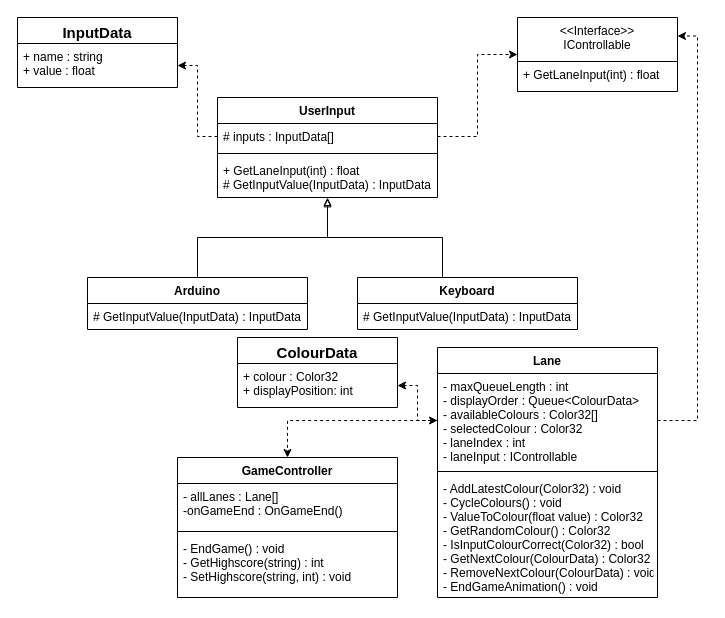
The draw.io diagram uml-diagrams/comp140-controller-class-diagram.drawio in Koltonix/comp140-arduino-controller, before the edit. Source tidied: cells renumbered, new cells numbered last; positions are measured from the earlier drawing's top-left corner, leaving out a move shared by most shapes. Both pictures are drawn from the tidied source at 100%, with x=0, y=0 at pixel (17, 17).
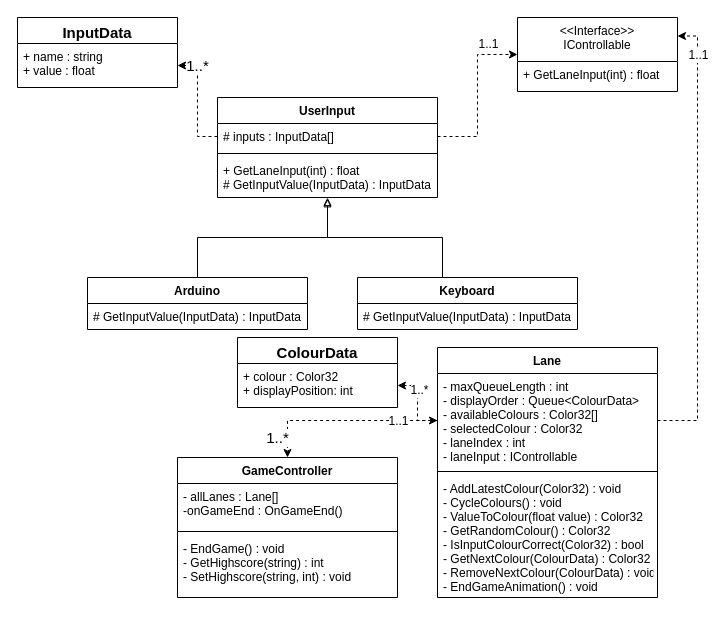
Above is the later version.

Commit message (it also covers changes not shown here):
- Updated the UML Class Diagram to have the correct association values where relevant.

The change refers to these unchanged cells:
```xml
<mxCell id="3" value="# inputs : InputData[]" style="text;strokeColor=none;fillColor=none;align=left;verticalAlign=top;spacingLeft=4;spacingRight=4;overflow=hidden;points=[[0,0.5],[1,0.5]];portConstraint=eastwest;" parent="2" vertex="1">
  <mxGeometry y="26" width="220" height="26" as="geometry" />
</mxCell>
<mxCell id="9" value="+ name : string&#10;+ value : float&#10;" style="text;strokeColor=none;fillColor=none;align=left;verticalAlign=top;spacingLeft=4;spacingRight=4;overflow=hidden;points=[[0,0.5],[1,0.5]];portConstraint=eastwest;" parent="8" vertex="1">
  <mxGeometry y="26" width="160" height="44" as="geometry" />
</mxCell>
<mxCell id="17" style="edgeStyle=orthogonalEdgeStyle;rounded=0;jettySize=auto;html=1;exitX=1;exitY=0.5;exitDx=0;exitDy=0;entryX=0;entryY=0.5;entryDx=0;entryDy=0;dashed=1;endArrow=classic;endFill=1;strokeColor=#000000;fontSize=15;" parent="1" edge="1" source="3" target="6">
  <mxGeometry relative="1" as="geometry" />
</mxCell>
<mxCell id="19" value="- maxQueueLength : int&#10;- displayOrder : Queue&lt;ColourData&gt;&#10;- availableColours : Color32[]&#10;- selectedColour : Color32&#10;- laneIndex : int&#10;- laneInput : IControllable&#10;&#10;&#10;" style="text;strokeColor=none;fillColor=none;align=left;verticalAlign=top;spacingLeft=4;spacingRight=4;overflow=hidden;points=[[0,0.5],[1,0.5]];portConstraint=eastwest;" parent="18" vertex="1">
  <mxGeometry y="26" width="220" height="94" as="geometry" />
</mxCell>
<mxCell id="24" style="edgeStyle=orthogonalEdgeStyle;rounded=0;jettySize=auto;html=1;exitX=1;exitY=0.5;exitDx=0;exitDy=0;entryX=1;entryY=0.25;entryDx=0;entryDy=0;dashed=1;endArrow=classic;endFill=1;strokeColor=#000000;fontSize=15;" parent="1" edge="1" source="19" target="6">
  <mxGeometry relative="1" as="geometry" />
</mxCell>
<mxCell id="25" style="edgeStyle=orthogonalEdgeStyle;rounded=0;jettySize=auto;html=1;exitX=0;exitY=0.5;exitDx=0;exitDy=0;entryX=1;entryY=0.5;entryDx=0;entryDy=0;dashed=1;endArrow=classic;endFill=1;strokeColor=#000000;fontSize=15;" parent="1" edge="1" source="19" target="23">
  <mxGeometry relative="1" as="geometry" />
</mxCell>
<mxCell id="26" value="GameController" style="swimlane;fontStyle=1;align=center;verticalAlign=top;horizontal=1;startSize=26;" parent="1" vertex="1">
  <mxGeometry x="160" y="440" width="220" height="140" as="geometry" />
</mxCell>
```

Change to the diagram source:
```diff
@@
-    <mxCell id="16" style="edgeStyle=orthogonalEdgeStyle;rounded=0;jettySize=auto;html=1;exitX=0;exitY=0.5;exitDx=0;exitDy=0;entryX=1;entryY=0.5;entryDx=0;entryDy=0;endArrow=classic;endFill=1;strokeColor=#000000;fontSize=15;dashed=1;" parent="1" edge="1" source="3" target="9">
-      <mxGeometry relative="1" as="geometry" />
+    <mxCell id="16" value="1..*" style="edgeStyle=orthogonalEdgeStyle;rounded=0;jettySize=auto;html=1;exitX=0;exitY=0.5;exitDx=0;exitDy=0;entryX=1;entryY=0.5;entryDx=0;entryDy=0;endArrow=classic;endFill=1;strokeColor=#000000;fontSize=15;dashed=1;" parent="1" edge="1" source="3" target="9">
+      <mxGeometry x="0.64" relative="1" as="geometry" />
     </mxCell>
@@
+    <mxCell id="31" value="1..1" style="text;html=1;align=center;verticalAlign=middle;labelBackgroundColor=#ffffff;" parent="17" vertex="1">
+      <mxGeometry x="-0.12" y="1" relative="1" as="geometry">
+        <mxPoint x="11" y="-62" as="offset" />
+      </mxGeometry>
+    </mxCell>
@@
+    <mxCell id="32" value="1..1" style="text;html=1;align=center;verticalAlign=middle;labelBackgroundColor=#ffffff;" parent="24" vertex="1">
+      <mxGeometry x="-0.36" y="4" relative="1" as="geometry">
+        <mxPoint x="4" y="-264" as="offset" />
+      </mxGeometry>
+    </mxCell>
@@
+    <mxCell id="33" value="1..*" style="text;html=1;align=center;verticalAlign=middle;labelBackgroundColor=#ffffff;" parent="25" vertex="1">
+      <mxGeometry x="0.36" y="-1" relative="1" as="geometry" />
+    </mxCell>
@@
-    <mxCell id="30" style="edgeStyle=orthogonalEdgeStyle;rounded=0;jettySize=auto;html=1;exitX=0;exitY=0.5;exitDx=0;exitDy=0;entryX=0.5;entryY=0;entryDx=0;entryDy=0;dashed=1;endArrow=classic;endFill=1;strokeColor=#000000;fontSize=15;startArrow=classic;startFill=1;" parent="1" edge="1" source="19" target="26">
-      <mxGeometry relative="1" as="geometry" />
+    <mxCell id="30" value="1..*" style="edgeStyle=orthogonalEdgeStyle;rounded=0;jettySize=auto;html=1;exitX=0;exitY=0.5;exitDx=0;exitDy=0;entryX=0.5;entryY=0;entryDx=0;entryDy=0;dashed=1;endArrow=classic;endFill=1;strokeColor=#000000;fontSize=15;startArrow=classic;startFill=1;" parent="1" edge="1" source="19" target="26">
+      <mxGeometry x="0.6" y="20" relative="1" as="geometry">
+        <mxPoint x="-30" y="17" as="offset" />
+      </mxGeometry>
     </mxCell>
+    <mxCell id="34" value="1..1" style="text;html=1;align=center;verticalAlign=middle;labelBackgroundColor=#ffffff;" parent="30" vertex="1">
+      <mxGeometry x="-0.69" y="-2" relative="1" as="geometry">
+        <mxPoint x="-11" y="2" as="offset" />
+      </mxGeometry>
+    </mxCell>
```
